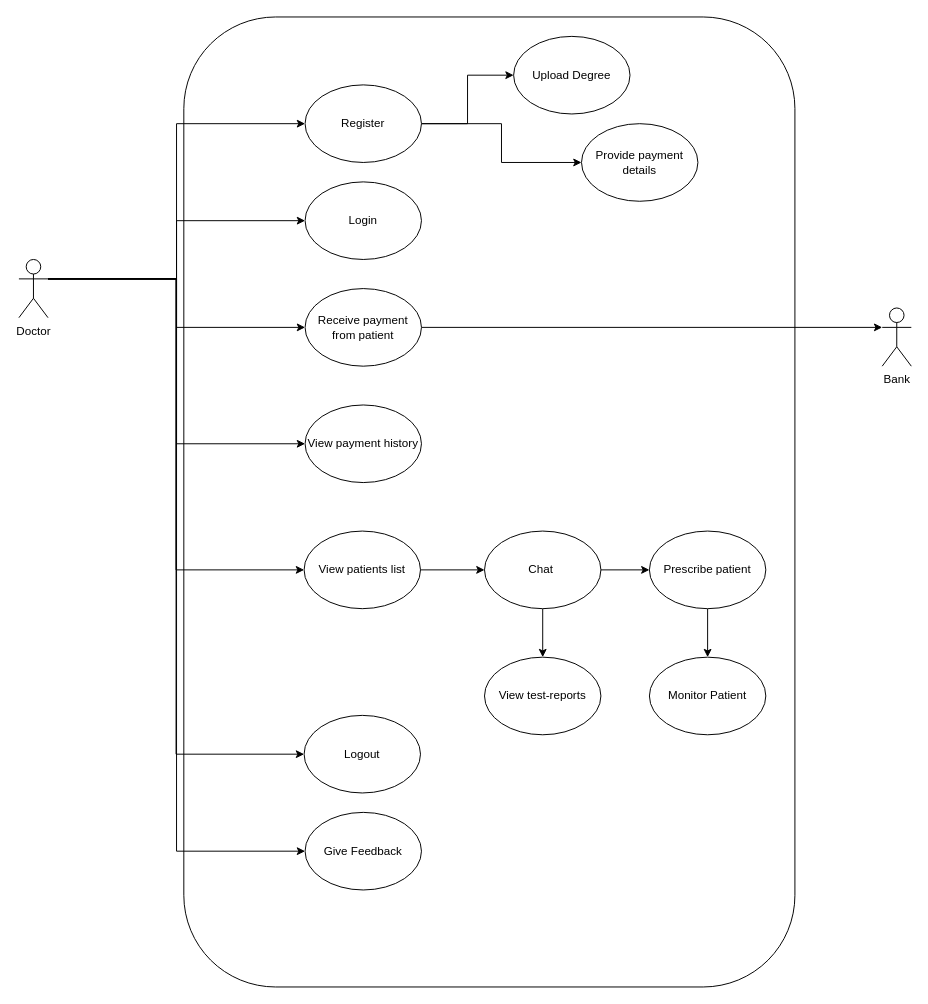
The draw.io diagram page "doctor" (2 of 5) of STQA.drawio in MohitBurkule/doctorconnect, before the edit. Source tidied: cells renumbered, new cells numbered last; positions are measured from the earlier drawing's top-left corner, leaving out a move shared by most shapes. Both pictures are drawn from the tidied source at 97%, with x=0, y=0 at pixel (18, 16).
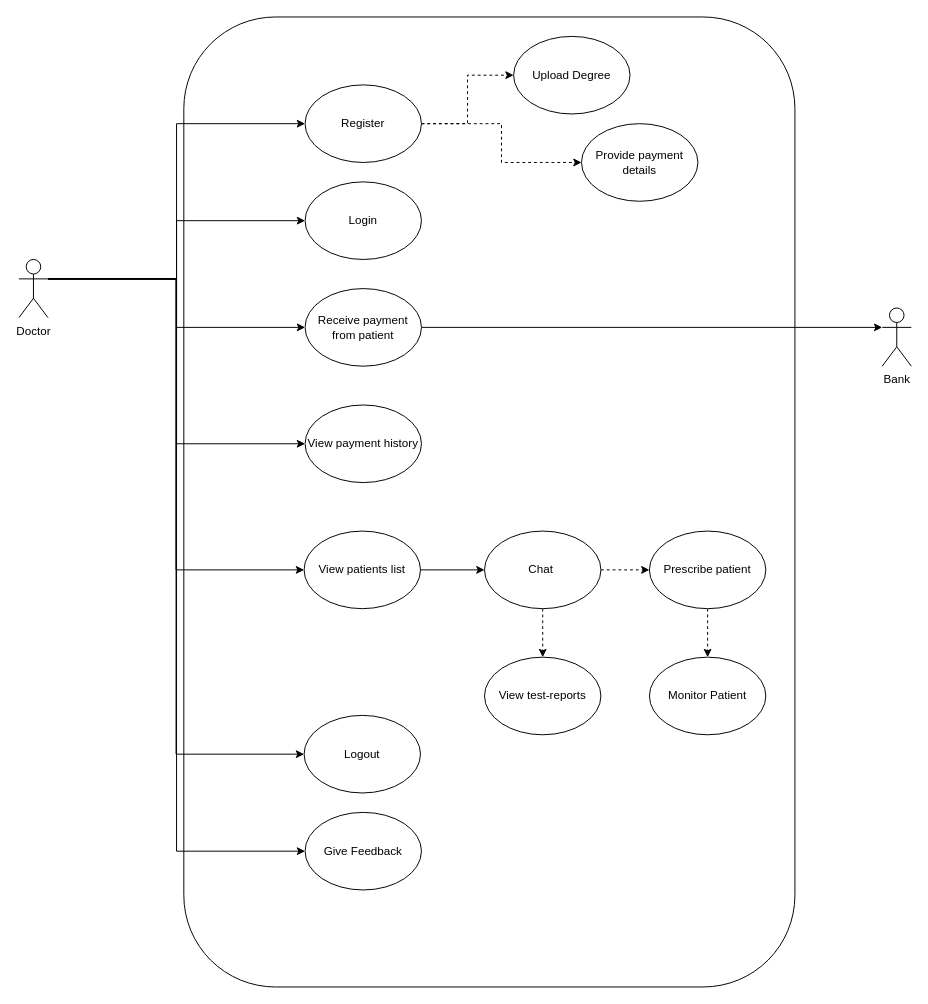
The same diagram, later.

The change refers to these unchanged cells:
```xml
<mxCell id="13" value="Register" style="ellipse;whiteSpace=wrap;html=1;" parent="1" vertex="1">
  <mxGeometry x="295" y="70" width="120" height="80" as="geometry" />
</mxCell>
<mxCell id="23" value="Chat&amp;nbsp;" style="ellipse;whiteSpace=wrap;html=1;" parent="1" vertex="1">
  <mxGeometry x="480" y="530" width="120" height="80" as="geometry" />
</mxCell>
<mxCell id="25" value="Upload Degree" style="ellipse;whiteSpace=wrap;html=1;" parent="1" vertex="1">
  <mxGeometry x="510" y="20" width="120" height="80" as="geometry" />
</mxCell>
<mxCell id="26" value="Provide payment details" style="ellipse;whiteSpace=wrap;html=1;" parent="1" vertex="1">
  <mxGeometry x="580" y="110" width="120" height="80" as="geometry" />
</mxCell>
<mxCell id="29" value="Prescribe patient" style="ellipse;whiteSpace=wrap;html=1;" parent="1" vertex="1">
  <mxGeometry x="650" y="530" width="120" height="80" as="geometry" />
</mxCell>
<mxCell id="30" value="Monitor Patient" style="ellipse;whiteSpace=wrap;html=1;" parent="1" vertex="1">
  <mxGeometry x="650" y="660" width="120" height="80" as="geometry" />
</mxCell>
<mxCell id="31" value="View test-reports" style="ellipse;whiteSpace=wrap;html=1;" parent="1" vertex="1">
  <mxGeometry x="480" y="660" width="120" height="80" as="geometry" />
</mxCell>
```

Diff of the diagram source:
```diff
@@
-    <mxCell id="11" style="edgeStyle=orthogonalEdgeStyle;rounded=0;jettySize=auto;html=1;exitX=1;exitY=0.5;exitDx=0;exitDy=0;entryX=0;entryY=0.5;entryDx=0;entryDy=0;" parent="1" edge="1" source="13" target="25">
+    <mxCell id="11" style="edgeStyle=orthogonalEdgeStyle;rounded=0;jettySize=auto;html=1;exitX=1;exitY=0.5;exitDx=0;exitDy=0;entryX=0;entryY=0.5;entryDx=0;entryDy=0;dashed=1;" parent="1" edge="1" source="13" target="25">
       <mxGeometry relative="1" as="geometry" />
     </mxCell>
-    <mxCell id="12" style="edgeStyle=orthogonalEdgeStyle;rounded=0;jettySize=auto;html=1;exitX=1;exitY=0.5;exitDx=0;exitDy=0;entryX=0;entryY=0.5;entryDx=0;entryDy=0;" parent="1" edge="1" source="13" target="26">
+    <mxCell id="12" style="edgeStyle=orthogonalEdgeStyle;rounded=0;jettySize=auto;html=1;exitX=1;exitY=0.5;exitDx=0;exitDy=0;entryX=0;entryY=0.5;entryDx=0;entryDy=0;dashed=1;" parent="1" edge="1" source="13" target="26">
       <mxGeometry relative="1" as="geometry" />
     </mxCell>
@@
-    <mxCell id="21" style="edgeStyle=orthogonalEdgeStyle;rounded=0;jettySize=auto;html=1;exitX=1;exitY=0.5;exitDx=0;exitDy=0;entryX=0;entryY=0.5;entryDx=0;entryDy=0;" parent="1" edge="1" source="23" target="29">
+    <mxCell id="21" style="edgeStyle=orthogonalEdgeStyle;rounded=0;jettySize=auto;html=1;exitX=1;exitY=0.5;exitDx=0;exitDy=0;entryX=0;entryY=0.5;entryDx=0;entryDy=0;dashed=1;" parent="1" edge="1" source="23" target="29">
       <mxGeometry relative="1" as="geometry" />
     </mxCell>
-    <mxCell id="22" style="edgeStyle=orthogonalEdgeStyle;rounded=0;jettySize=auto;html=1;exitX=0.5;exitY=1;exitDx=0;exitDy=0;entryX=0.5;entryY=0;entryDx=0;entryDy=0;" parent="1" edge="1" source="23" target="31">
+    <mxCell id="22" style="edgeStyle=orthogonalEdgeStyle;rounded=0;jettySize=auto;html=1;exitX=0.5;exitY=1;exitDx=0;exitDy=0;entryX=0.5;entryY=0;entryDx=0;entryDy=0;dashed=1;" parent="1" edge="1" source="23" target="31">
       <mxGeometry relative="1" as="geometry" />
     </mxCell>
@@
-    <mxCell id="28" style="edgeStyle=orthogonalEdgeStyle;rounded=0;jettySize=auto;html=1;exitX=0.5;exitY=1;exitDx=0;exitDy=0;entryX=0.5;entryY=0;entryDx=0;entryDy=0;" parent="1" edge="1" source="29" target="30">
+    <mxCell id="28" style="edgeStyle=orthogonalEdgeStyle;rounded=0;jettySize=auto;html=1;exitX=0.5;exitY=1;exitDx=0;exitDy=0;entryX=0.5;entryY=0;entryDx=0;entryDy=0;dashed=1;" parent="1" edge="1" source="29" target="30">
       <mxGeometry relative="1" as="geometry" />
     </mxCell>
```
